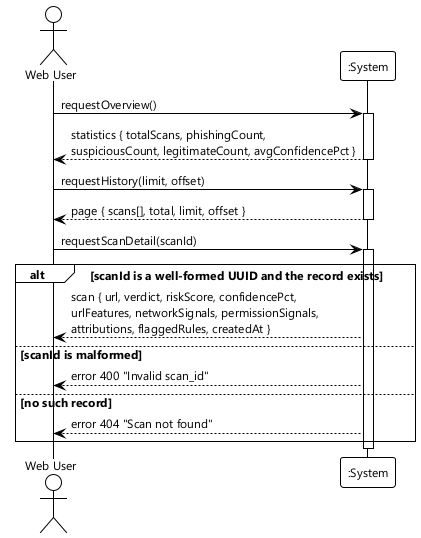
Trust-Dr-BABA/Final-Year-Project keeps this PlantUML diagram as docs/thesis/diagrams/out/fig-2-5-ssd-browse-history.png. Above is the earlier version.
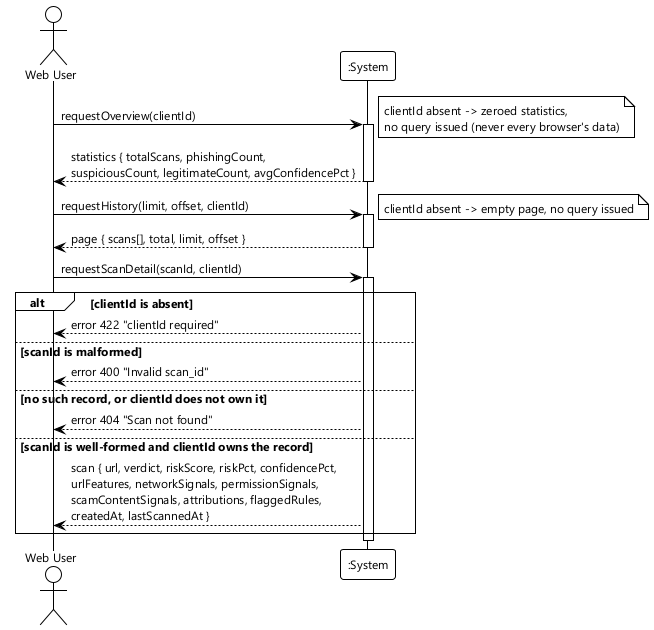
Above is the later version.

The edit, as a diff of the source:
```diff
@@ -7,24 +7,28 @@
 actor "Web User" as User
 participant ":System" as System
 
-User -> System : requestOverview()
+User -> System : requestOverview(clientId)
 activate System
+note right : clientId absent -> zeroed statistics,\nno query issued (never every browser's data)
 System --> User : statistics { totalScans, phishingCount,\nsuspiciousCount, legitimateCount, avgConfidencePct }
 deactivate System
 
-User -> System : requestHistory(limit, offset)
+User -> System : requestHistory(limit, offset, clientId)
 activate System
+note right : clientId absent -> empty page, no query issued
 System --> User : page { scans[], total, limit, offset }
 deactivate System
 
-User -> System : requestScanDetail(scanId)
+User -> System : requestScanDetail(scanId, clientId)
 activate System
-alt scanId is a well-formed UUID and the record exists
-  System --> User : scan { url, verdict, riskScore, confidencePct,\nurlFeatures, networkSignals, permissionSignals,\nattributions, flaggedRules, createdAt }
+alt clientId is absent
+  System --> User : error 422 "clientId required"
 else scanId is malformed
   System --> User : error 400 "Invalid scan_id"
-else no such record
+else no such record, or clientId does not own it
   System --> User : error 404 "Scan not found"
+else scanId is well-formed and clientId owns the record
+  System --> User : scan { url, verdict, riskScore, riskPct, confidencePct,\nurlFeatures, networkSignals, permissionSignals,\nscamContentSignals, attributions, flaggedRules,\ncreatedAt, lastScannedAt }
 end
 deactivate System
 @enduml
```
